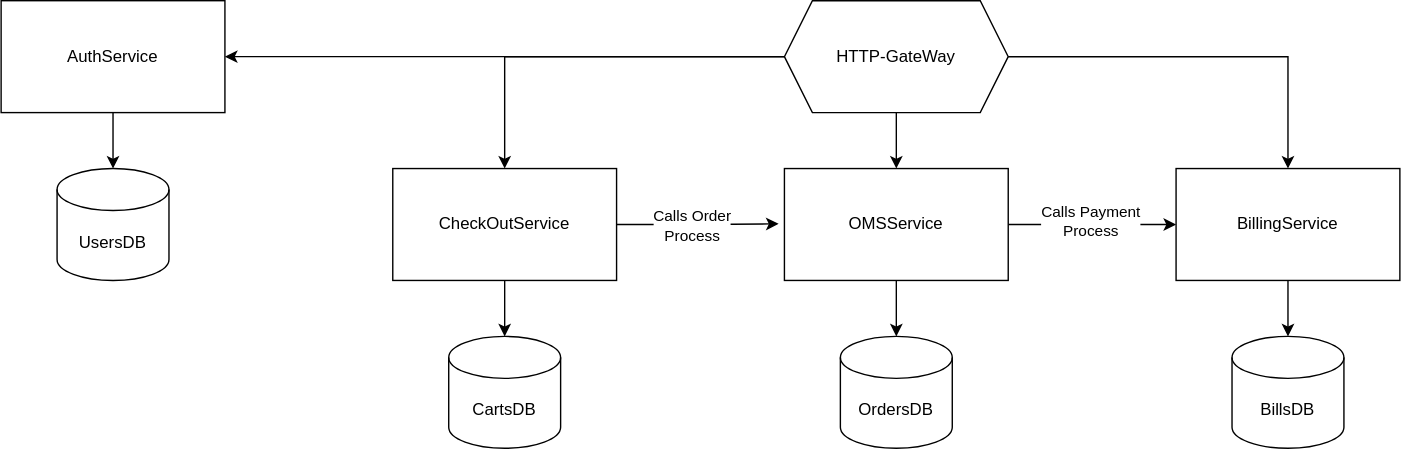
offluck/shopper keeps this draw.io diagram as documents/arch.drawio.svg. Above is the earlier version. Source tidied: cells renumbered, new cells last; positions are measured from the earlier drawing's top-left corner, leaving out a move shared by most shapes.
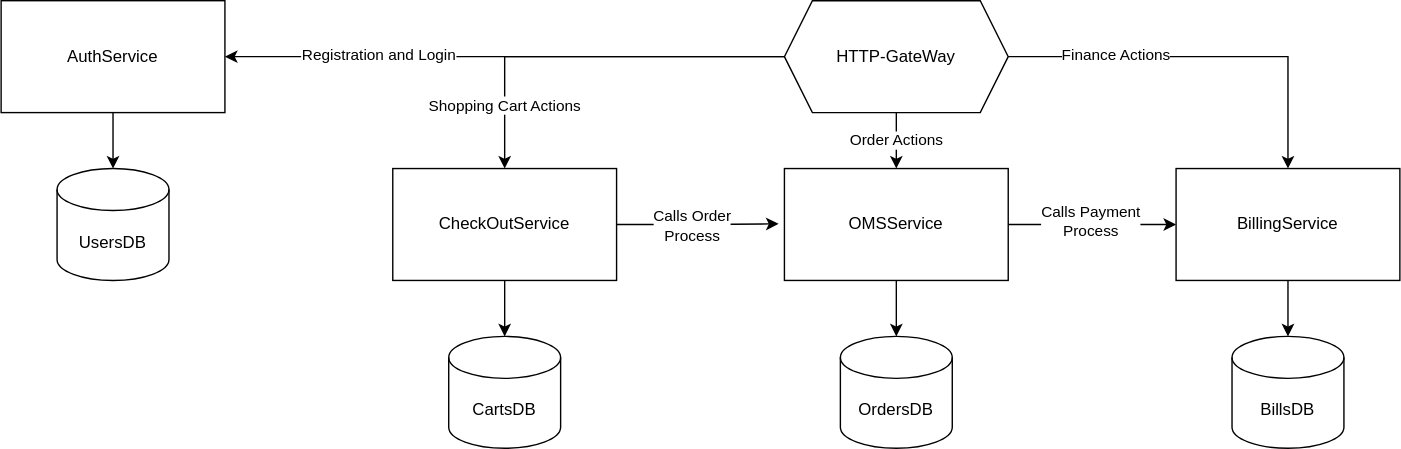
After the change.

Diff of the diagram source:
```diff
@@ -38,18 +38,32 @@
     <mxCell id="13" style="edgeStyle=orthogonalEdgeStyle;rounded=0;jettySize=auto;html=1;entryX=0.5;entryY=0;entryDx=0;entryDy=0;" parent="1" edge="1" source="16" target="9">
       <mxGeometry relative="1" as="geometry" />
     </mxCell>
+    <mxCell id="23" value="Order Actions" style="edgeLabel;html=1;align=center;verticalAlign=middle;" parent="13" vertex="1">
+      <mxGeometry x="0.06" y="-1" relative="1" as="geometry">
+        <mxPoint x="1" y="-2" as="offset" />
+      </mxGeometry>
+    </mxCell>
     <mxCell id="14" style="edgeStyle=orthogonalEdgeStyle;rounded=0;jettySize=auto;html=1;entryX=1;entryY=0.5;entryDx=0;entryDy=0;" parent="1" edge="1" source="16" target="5">
       <mxGeometry relative="1" as="geometry" />
     </mxCell>
+    <mxCell id="24" value="Registration and Login" style="edgeLabel;html=1;align=center;verticalAlign=middle;" parent="14" vertex="1">
+      <mxGeometry x="0.45" y="-1" relative="1" as="geometry" />
+    </mxCell>
     <mxCell id="15" style="edgeStyle=orthogonalEdgeStyle;rounded=0;jettySize=auto;html=1;entryX=0.5;entryY=0;entryDx=0;entryDy=0;" parent="1" edge="1" source="16" target="18">
       <mxGeometry relative="1" as="geometry" />
     </mxCell>
+    <mxCell id="25" value="Shopping Cart Actions" style="edgeLabel;html=1;align=center;verticalAlign=middle;" parent="15" vertex="1">
+      <mxGeometry x="0.67" relative="1" as="geometry" />
+    </mxCell>
     <mxCell id="16" value="HTTP-GateWay" style="shape=hexagon;perimeter=hexagonPerimeter2;whiteSpace=wrap;html=1;fixedSize=1;" parent="1" vertex="1">
       <mxGeometry x="560" width="160" height="80" as="geometry" />
     </mxCell>
     <mxCell id="17" style="edgeStyle=orthogonalEdgeStyle;rounded=0;jettySize=auto;html=1;entryX=0.5;entryY=0;entryDx=0;entryDy=0;" parent="1" edge="1" source="16" target="10">
       <mxGeometry relative="1" as="geometry" />
     </mxCell>
+    <mxCell id="26" value="Finance Actions" style="edgeLabel;html=1;align=center;verticalAlign=middle;" parent="17" vertex="1">
+      <mxGeometry x="-0.46" y="1" relative="1" as="geometry" />
+    </mxCell>
     <mxCell id="18" value="CheckOutService" style="rounded=0;whiteSpace=wrap;html=1;" parent="1" vertex="1">
       <mxGeometry x="280" y="120" width="160" height="80" as="geometry" />
     </mxCell>
```
